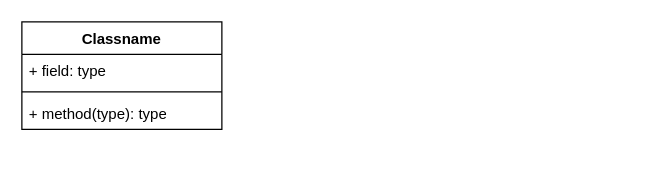
Above: Diagramas/diagramas.drawio in robson1622/SimulacaoBiologica (draw.io), before the change. Source tidied: cells renumbered, new cells numbered last; positions are measured from the earlier drawing's top-left corner, leaving out a move shared by most shapes. Both pictures are drawn from the tidied source at 125%, with x=0, y=0 at pixel (21, 21).
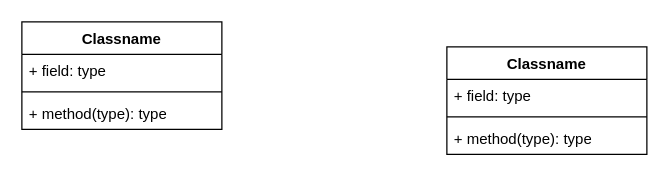
The same page after the edit.

What changed in the source:
```diff
@@
 <mxGraphModel>
   <root>
     <mxCell id="0" />
     <mxCell id="1" parent="0" />
     <mxCell id="2" value="Classname" style="swimlane;fontStyle=1;align=center;verticalAlign=top;horizontal=1;startSize=26;whiteSpace=wrap;html=1;" parent="1" vertex="1">
       <mxGeometry width="160" height="86" as="geometry" />
     </mxCell>
     <mxCell id="3" value="+ field: type" style="text;strokeColor=none;fillColor=none;align=left;verticalAlign=top;spacingLeft=4;spacingRight=4;overflow=hidden;whiteSpace=wrap;html=1;" parent="2" vertex="1">
       <mxGeometry y="26" width="160" height="26" as="geometry" />
     </mxCell>
     <mxCell id="4" style="line;strokeWidth=1;fillColor=none;align=left;verticalAlign=middle;spacingTop=-1;spacingLeft=3;spacingRight=3;labelPosition=right;strokeColor=inherit;" parent="2" vertex="1">
       <mxGeometry y="52" width="160" height="8" as="geometry" />
     </mxCell>
     <mxCell id="5" value="+ method(type): type" style="text;strokeColor=none;fillColor=none;align=left;verticalAlign=top;spacingLeft=4;spacingRight=4;overflow=hidden;whiteSpace=wrap;html=1;" parent="2" vertex="1">
       <mxGeometry y="60" width="160" height="26" as="geometry" />
     </mxCell>
+    <mxCell id="6" value="Classname" style="swimlane;fontStyle=1;align=center;verticalAlign=top;horizontal=1;startSize=26;whiteSpace=wrap;html=1;" parent="1" vertex="1">
+      <mxGeometry x="340" y="20" width="160" height="86" as="geometry" />
+    </mxCell>
+    <mxCell id="7" value="+ field: type" style="text;strokeColor=none;fillColor=none;align=left;verticalAlign=top;spacingLeft=4;spacingRight=4;overflow=hidden;whiteSpace=wrap;html=1;" parent="6" vertex="1">
+      <mxGeometry y="26" width="160" height="26" as="geometry" />
+    </mxCell>
+    <mxCell id="8" style="line;strokeWidth=1;fillColor=none;align=left;verticalAlign=middle;spacingTop=-1;spacingLeft=3;spacingRight=3;labelPosition=right;strokeColor=inherit;" parent="6" vertex="1">
+      <mxGeometry y="52" width="160" height="8" as="geometry" />
+    </mxCell>
+    <mxCell id="9" value="+ method(type): type" style="text;strokeColor=none;fillColor=none;align=left;verticalAlign=top;spacingLeft=4;spacingRight=4;overflow=hidden;whiteSpace=wrap;html=1;" parent="6" vertex="1">
+      <mxGeometry y="60" width="160" height="26" as="geometry" />
+    </mxCell>
   </root>
 </mxGraphModel>
```
